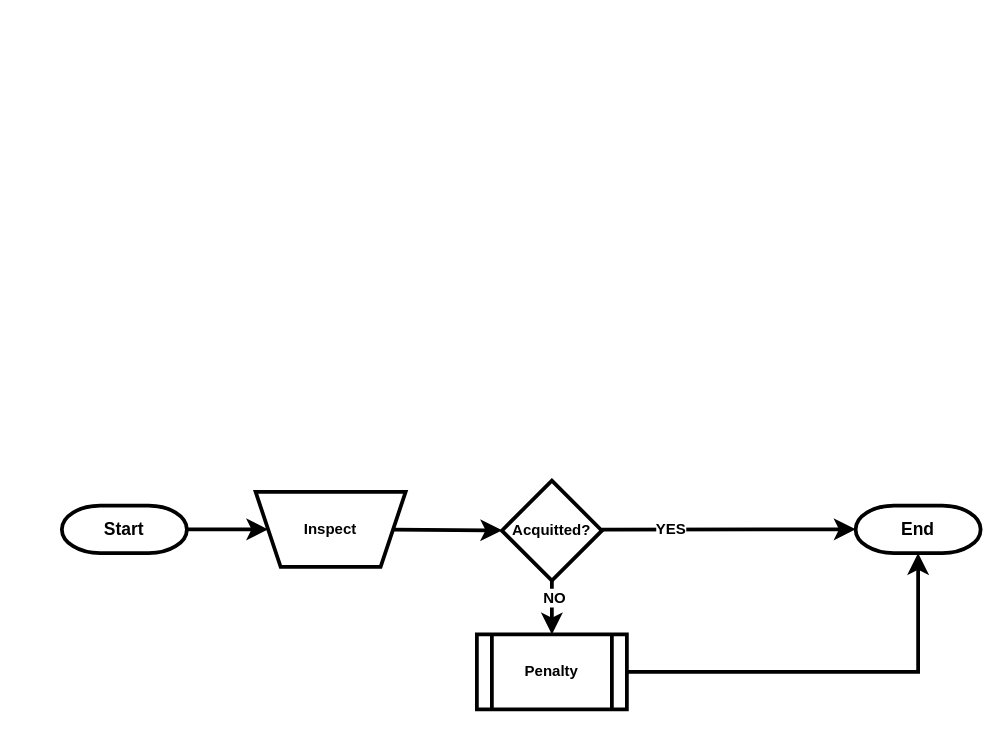
Before: page "SWAICA" (6 of 10) of TourismHunting/Tourism_Hunting_Flow.drawio in MbalamulaS/portal2-diagram, a draw.io diagram. Source tidied: cells renumbered, new cells numbered last; positions are measured from the earlier drawing's top-left corner, leaving out a move shared by most shapes. Both pictures are drawn from the tidied source at 125%, with x=0, y=0 at pixel (61, 480).
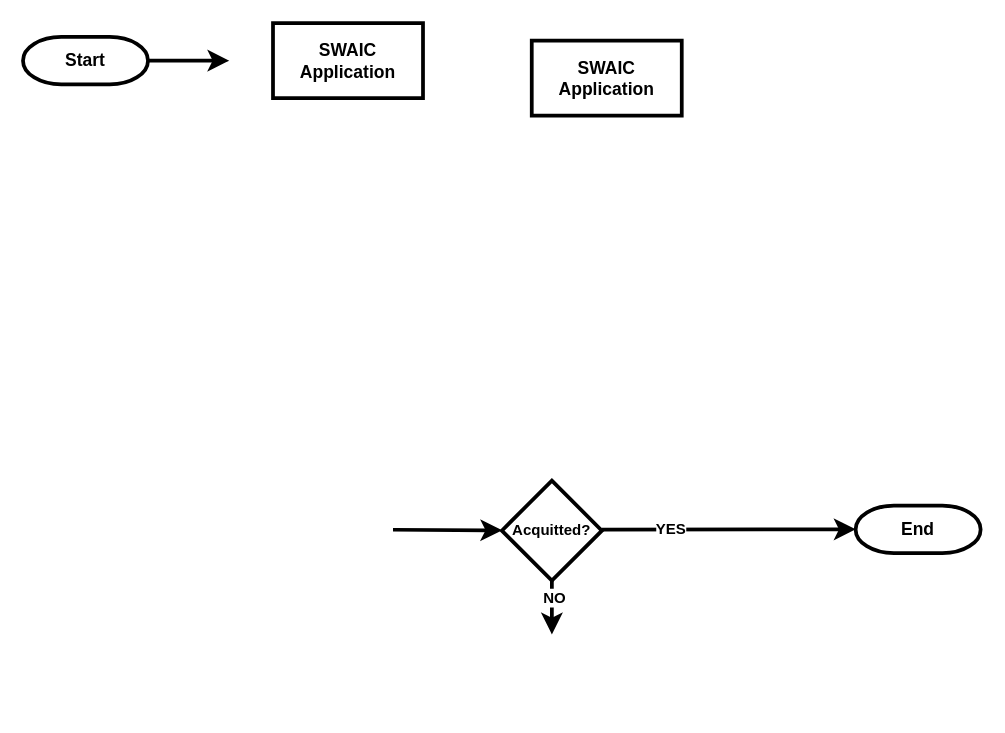
Above is the later version.

The edit, as a diff of the source:
```diff
@@
 <mxGraphModel>
   <root>
     <mxCell id="0" />
     <mxCell id="1" parent="0" />
-    <mxCell id="2" style="edgeStyle=none;curved=1;rounded=0;jettySize=auto;html=1;fontSize=12;startSize=8;endSize=8;strokeWidth=3;" parent="1" edge="1" source="3" target="13">
-      <mxGeometry relative="1" as="geometry" />
+    <mxCell id="2" style="edgeStyle=none;curved=1;rounded=0;jettySize=auto;html=1;fontSize=12;startSize=8;endSize=8;strokeWidth=3;" parent="1" edge="1" source="3">
+      <mxGeometry relative="1" as="geometry">
+        <mxPoint x="133.9" y="-336" as="targetPoint" />
+      </mxGeometry>
     </mxCell>
     <mxCell id="3" value="&lt;span&gt;&lt;font&gt;Start&lt;/font&gt;&lt;/span&gt;" style="strokeWidth=3;html=1;shape=mxgraph.flowchart.terminator;whiteSpace=wrap;fontSize=14;fontStyle=1;" parent="1" vertex="1">
-      <mxGeometry y="20" width="100" height="38" as="geometry" />
+      <mxGeometry x="-31.1" y="-355" width="100" height="38" as="geometry" />
     </mxCell>
     <mxCell id="4" value="&lt;span&gt;End&lt;/span&gt;" style="strokeWidth=3;html=1;shape=mxgraph.flowchart.terminator;whiteSpace=wrap;fontSize=14;fontStyle=1;" parent="1" vertex="1">
       <mxGeometry x="635" y="20" width="100" height="38" as="geometry" />
     </mxCell>
-    <mxCell id="5" value="Penalty" style="shape=process;whiteSpace=wrap;html=1;backgroundOutline=1;fontStyle=1;strokeWidth=3;" parent="1" vertex="1">
-      <mxGeometry x="332" y="123" width="120" height="60" as="geometry" />
-    </mxCell>
     <mxCell id="6" style="edgeStyle=none;curved=1;rounded=0;jettySize=auto;html=1;fontSize=12;startSize=8;endSize=8;fontStyle=1;strokeWidth=3;entryX=0;entryY=0.5;entryDx=0;entryDy=0;entryPerimeter=0;" parent="1" edge="1" target="4">
       <mxGeometry relative="1" as="geometry">
         <mxPoint x="431.9" y="39.1" as="sourcePoint" />
       </mxGeometry>
     </mxCell>
     <mxCell id="7" value="YES" style="edgeLabel;html=1;align=center;verticalAlign=middle;fontSize=12;fontStyle=1;" parent="6" vertex="1">
       <mxGeometry x="-0.46" y="1" relative="1" as="geometry" />
     </mxCell>
-    <mxCell id="8" style="edgeStyle=none;curved=0;rounded=0;jettySize=auto;html=1;fontSize=12;startSize=8;endSize=8;exitX=1;exitY=0.5;exitDx=0;exitDy=0;entryX=0.5;entryY=1;entryDx=0;entryDy=0;entryPerimeter=0;strokeWidth=3;" parent="1" edge="1" source="5" target="4">
-      <mxGeometry relative="1" as="geometry">
-        <Array as="points">
-          <mxPoint x="685" y="153" />
-        </Array>
-      </mxGeometry>
-    </mxCell>
-    <mxCell id="9" style="edgeStyle=none;curved=1;rounded=0;jettySize=auto;html=1;fontSize=12;startSize=8;endSize=8;strokeWidth=3;" parent="1" edge="1" source="11" target="5">
-      <mxGeometry relative="1" as="geometry" />
+    <mxCell id="9" style="edgeStyle=none;curved=1;rounded=0;jettySize=auto;html=1;fontSize=12;startSize=8;endSize=8;strokeWidth=3;" parent="1" edge="1" source="11">
+      <mxGeometry relative="1" as="geometry">
+        <mxPoint x="392" y="123" as="targetPoint" />
+      </mxGeometry>
     </mxCell>
     <mxCell id="10" value="&lt;b&gt;NO&lt;/b&gt;" style="edgeLabel;html=1;align=center;verticalAlign=middle;fontSize=12;" parent="9" vertex="1">
       <mxGeometry x="-0.4" y="1" relative="1" as="geometry" />
     </mxCell>
     <mxCell id="11" value="Acquitted?" style="rhombus;whiteSpace=wrap;html=1;fontStyle=1;strokeWidth=3;" parent="1" vertex="1">
       <mxGeometry x="352" width="80" height="80" as="geometry" />
     </mxCell>
-    <mxCell id="12" style="edgeStyle=none;curved=1;rounded=0;jettySize=auto;html=1;fontSize=12;startSize=8;endSize=8;strokeWidth=3;" parent="1" edge="1" source="13" target="11">
-      <mxGeometry relative="1" as="geometry" />
+    <mxCell id="12" style="edgeStyle=none;curved=1;rounded=0;jettySize=auto;html=1;fontSize=12;startSize=8;endSize=8;strokeWidth=3;" parent="1" edge="1" target="11">
+      <mxGeometry relative="1" as="geometry">
+        <mxPoint x="264.9" y="39.3" as="sourcePoint" />
+      </mxGeometry>
     </mxCell>
-    <mxCell id="13" value="&lt;b&gt;Inspect&lt;/b&gt;" style="shape=trapezoid;perimeter=trapezoidPerimeter;whiteSpace=wrap;html=1;fixedSize=1;flipV=1;strokeWidth=3;" parent="1" vertex="1">
-      <mxGeometry x="155" y="9" width="120" height="60" as="geometry" />
-    </mxCell>
+    <mxCell id="14" value="SWAIC Application" style="whiteSpace=wrap;html=1;fontSize=14;fontStyle=1;strokeWidth=3;" parent="1" vertex="1">
+      <mxGeometry x="168.9" y="-366" width="120" height="60" as="geometry" />
+    </mxCell>
+    <mxCell id="15" value="SWAIC Application" style="whiteSpace=wrap;html=1;fontSize=14;fontStyle=1;strokeWidth=3;" parent="1" vertex="1">
+      <mxGeometry x="375.9" y="-352" width="120" height="60" as="geometry" />
+    </mxCell>
   </root>
 </mxGraphModel>
```
